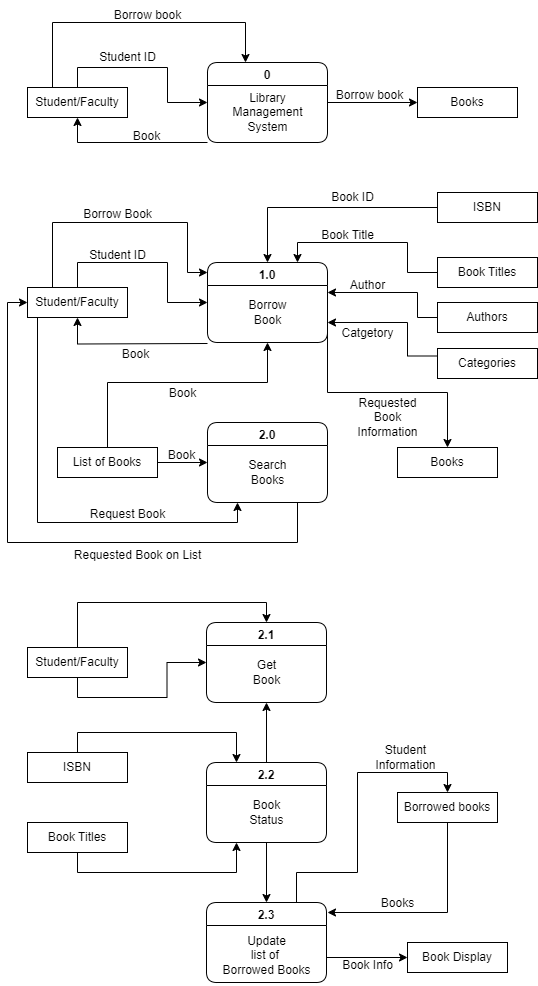
Earlier version of the draw.io export data_flow.drawio.png (Jayrou12345/Flowchart). Source tidied: cells renumbered, new cells last; positions are measured from the earlier drawing's top-left corner, leaving out a move shared by most shapes.
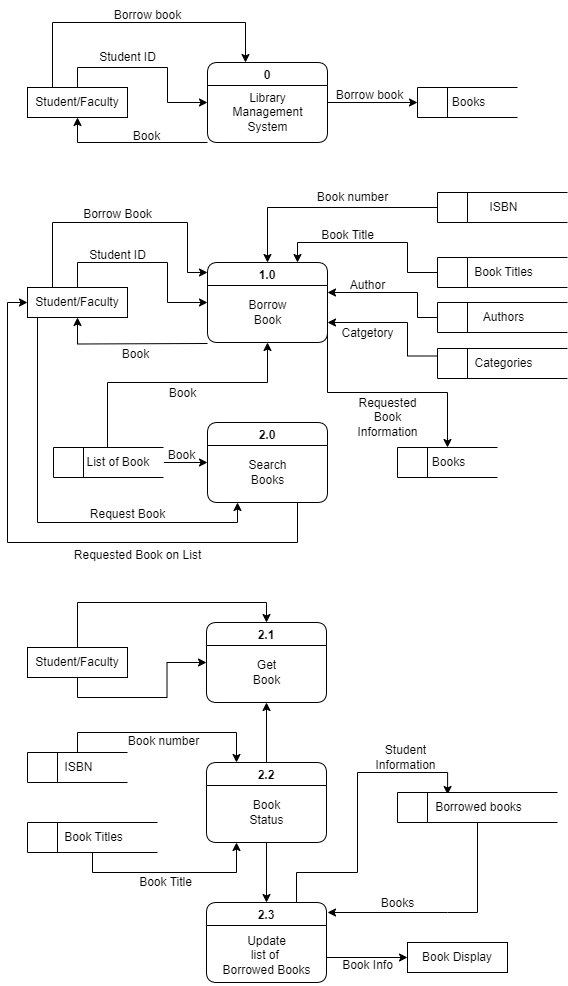
The same file after the commit.

What changed in the source:
```diff
@@ -33,7 +33,7 @@
     <mxCell id="8" value="Student/Faculty" style="html=1;dashed=0;whiteSpace=wrap;" parent="1" vertex="1">
       <mxGeometry x="20" y="87" width="100" height="30" as="geometry" />
     </mxCell>
-    <mxCell id="9" value="Books" style="html=1;dashed=0;whiteSpace=wrap;" parent="1" vertex="1">
+    <mxCell id="9" value="Books" style="html=1;dashed=0;whiteSpace=wrap;shape=mxgraph.dfd.dataStoreID;align=center;spacingLeft=3;points=[[0,0],[0.5,0],[1,0],[0,0.5],[1,0.5],[0,1],[0.5,1],[1,1]];" parent="1" vertex="1">
       <mxGeometry x="410" y="87" width="100" height="30" as="geometry" />
     </mxCell>
     <mxCell id="10" value="Student ID" style="text;html=1;align=center;verticalAlign=middle;strokeColor=none;fillColor=none;" parent="1" vertex="1">
@@ -101,8 +101,8 @@
     <mxCell id="22" style="edgeStyle=orthogonalEdgeStyle;rounded=0;jettySize=auto;html=1;exitX=0;exitY=0.5;exitDx=0;exitDy=0;entryX=0.5;entryY=0;entryDx=0;entryDy=0;" parent="1" edge="1" source="23" target="16">
       <mxGeometry relative="1" as="geometry" />
     </mxCell>
-    <mxCell id="23" value="ISBN" style="html=1;dashed=0;whiteSpace=wrap;" parent="1" vertex="1">
-      <mxGeometry x="430" y="192" width="100" height="30" as="geometry" />
+    <mxCell id="23" value="ISBN" style="html=1;dashed=0;whiteSpace=wrap;shape=mxgraph.dfd.dataStoreID;align=center;spacingLeft=3;points=[[0,0],[0.5,0],[1,0],[0,0.5],[1,0.5],[0,1],[0.5,1],[1,1]];" parent="1" vertex="1">
+      <mxGeometry x="430" y="192" width="130" height="30" as="geometry" />
     </mxCell>
     <mxCell id="24" style="edgeStyle=orthogonalEdgeStyle;rounded=0;jettySize=auto;html=1;exitX=0;exitY=0.5;exitDx=0;exitDy=0;entryX=0.75;entryY=0;entryDx=0;entryDy=0;" parent="1" edge="1" source="25" target="16">
       <mxGeometry relative="1" as="geometry">
@@ -113,8 +113,8 @@
         </Array>
       </mxGeometry>
     </mxCell>
-    <mxCell id="25" value="Book Titles" style="html=1;dashed=0;whiteSpace=wrap;" parent="1" vertex="1">
-      <mxGeometry x="430" y="257" width="100" height="30" as="geometry" />
+    <mxCell id="25" value="Book Titles" style="html=1;dashed=0;whiteSpace=wrap;shape=mxgraph.dfd.dataStoreID;align=center;spacingLeft=3;points=[[0,0],[0.5,0],[1,0],[0,0.5],[1,0.5],[0,1],[0.5,1],[1,1]];" parent="1" vertex="1">
+      <mxGeometry x="430" y="257" width="130" height="30" as="geometry" />
     </mxCell>
     <mxCell id="26" style="edgeStyle=orthogonalEdgeStyle;rounded=0;jettySize=auto;html=1;exitX=0;exitY=0.25;exitDx=0;exitDy=0;entryX=1;entryY=0.75;entryDx=0;entryDy=0;" parent="1" edge="1" source="27" target="16">
       <mxGeometry relative="1" as="geometry">
@@ -124,11 +124,11 @@
         </Array>
       </mxGeometry>
     </mxCell>
-    <mxCell id="27" value="Categories" style="html=1;dashed=0;whiteSpace=wrap;" parent="1" vertex="1">
-      <mxGeometry x="430" y="348" width="100" height="30" as="geometry" />
+    <mxCell id="27" value="Categories" style="html=1;dashed=0;whiteSpace=wrap;shape=mxgraph.dfd.dataStoreID;align=center;spacingLeft=3;points=[[0,0],[0.5,0],[1,0],[0,0.5],[1,0.5],[0,1],[0.5,1],[1,1]];" parent="1" vertex="1">
+      <mxGeometry x="430" y="348" width="130" height="30" as="geometry" />
     </mxCell>
-    <mxCell id="28" value="Book ID" style="text;html=1;align=center;verticalAlign=middle;strokeColor=none;fillColor=none;" parent="1" vertex="1">
-      <mxGeometry x="310" y="182" width="70" height="30" as="geometry" />
+    <mxCell id="28" value="Book number" style="text;html=1;align=center;verticalAlign=middle;strokeColor=none;fillColor=none;" parent="1" vertex="1">
+      <mxGeometry x="300" y="182" width="90" height="30" as="geometry" />
     </mxCell>
     <mxCell id="29" value="Book Title" style="text;html=1;align=center;verticalAlign=middle;strokeColor=none;fillColor=none;" parent="1" vertex="1">
       <mxGeometry x="300" y="220" width="80" height="30" as="geometry" />
@@ -168,10 +168,10 @@
         </Array>
       </mxGeometry>
     </mxCell>
-    <mxCell id="38" value="List of Books" style="html=1;dashed=0;whiteSpace=wrap;" parent="1" vertex="1">
-      <mxGeometry x="50" y="447" width="100" height="30" as="geometry" />
+    <mxCell id="38" value="&amp;nbsp; &amp;nbsp; &amp;nbsp;List of Book" style="html=1;dashed=0;whiteSpace=wrap;shape=mxgraph.dfd.dataStoreID;align=center;spacingLeft=3;points=[[0,0],[0.5,0],[1,0],[0,0.5],[1,0.5],[0,1],[0.5,1],[1,1]];" parent="1" vertex="1">
+      <mxGeometry x="46" y="447" width="110" height="30" as="geometry" />
     </mxCell>
-    <mxCell id="39" value="Books" style="html=1;dashed=0;whiteSpace=wrap;" parent="1" vertex="1">
+    <mxCell id="39" value="Books" style="html=1;dashed=0;whiteSpace=wrap;shape=mxgraph.dfd.dataStoreID;align=center;spacingLeft=3;points=[[0,0],[0.5,0],[1,0],[0,0.5],[1,0.5],[0,1],[0.5,1],[1,1]];" parent="1" vertex="1">
       <mxGeometry x="390" y="447" width="100" height="30" as="geometry" />
     </mxCell>
     <mxCell id="40" value="Request Book" style="text;html=1;align=center;verticalAlign=middle;strokeColor=none;fillColor=none;" parent="1" vertex="1">
@@ -199,8 +199,8 @@
         </Array>
       </mxGeometry>
     </mxCell>
-    <mxCell id="46" value="Authors" style="html=1;dashed=0;whiteSpace=wrap;" parent="1" vertex="1">
-      <mxGeometry x="430" y="302" width="100" height="30" as="geometry" />
+    <mxCell id="46" value="Authors" style="html=1;dashed=0;whiteSpace=wrap;shape=mxgraph.dfd.dataStoreID;align=center;spacingLeft=3;points=[[0,0],[0.5,0],[1,0],[0,0.5],[1,0.5],[0,1],[0.5,1],[1,1]];" parent="1" vertex="1">
+      <mxGeometry x="430" y="302" width="130" height="30" as="geometry" />
     </mxCell>
     <mxCell id="47" value="Author" style="text;html=1;align=center;verticalAlign=middle;strokeColor=none;fillColor=none;" parent="1" vertex="1">
       <mxGeometry x="330" y="270" width="60" height="30" as="geometry" />
@@ -214,7 +214,7 @@
     <mxCell id="50" value="Get&lt;br&gt;Book" style="text;html=1;align=center;verticalAlign=middle;strokeColor=none;fillColor=none;" parent="49" vertex="1">
       <mxGeometry x="35" y="30" width="50" height="40" as="geometry" />
     </mxCell>
-    <mxCell id="51" style="edgeStyle=orthogonalEdgeStyle;rounded=0;jettySize=auto;html=1;exitX=0.75;exitY=0;exitDx=0;exitDy=0;entryX=0.5;entryY=0;entryDx=0;entryDy=0;" parent="1" edge="1" source="53" target="63">
+    <mxCell id="51" style="edgeStyle=orthogonalEdgeStyle;rounded=0;jettySize=auto;html=1;exitX=0.75;exitY=0;exitDx=0;exitDy=0;entryX=0.313;entryY=0.067;entryDx=0;entryDy=0;entryPerimeter=0;" parent="1" edge="1" source="53" target="63">
       <mxGeometry relative="1" as="geometry">
         <Array as="points">
           <mxPoint x="289" y="872" />
@@ -249,13 +249,13 @@
     <mxCell id="58" style="edgeStyle=orthogonalEdgeStyle;rounded=0;jettySize=auto;html=1;exitX=0.5;exitY=1;exitDx=0;exitDy=0;entryX=0.25;entryY=1;entryDx=0;entryDy=0;" parent="1" edge="1" source="59" target="67">
       <mxGeometry relative="1" as="geometry" />
     </mxCell>
-    <mxCell id="59" value="Book Titles" style="html=1;dashed=0;whiteSpace=wrap;" parent="1" vertex="1">
-      <mxGeometry x="20" y="822" width="100" height="30" as="geometry" />
+    <mxCell id="59" value="Book Titles" style="html=1;dashed=0;whiteSpace=wrap;shape=mxgraph.dfd.dataStoreID;align=center;spacingLeft=3;points=[[0,0],[0.5,0],[1,0],[0,0.5],[1,0.5],[0,1],[0.5,1],[1,1]];" parent="1" vertex="1">
+      <mxGeometry x="20" y="822" width="130" height="30" as="geometry" />
     </mxCell>
     <mxCell id="60" style="edgeStyle=orthogonalEdgeStyle;rounded=0;jettySize=auto;html=1;exitX=0.5;exitY=0;exitDx=0;exitDy=0;entryX=0.25;entryY=0;entryDx=0;entryDy=0;" parent="1" edge="1" source="61" target="67">
       <mxGeometry relative="1" as="geometry" />
     </mxCell>
-    <mxCell id="61" value="ISBN" style="html=1;dashed=0;whiteSpace=wrap;" parent="1" vertex="1">
+    <mxCell id="61" value="ISBN" style="html=1;dashed=0;whiteSpace=wrap;shape=mxgraph.dfd.dataStoreID;align=center;spacingLeft=3;points=[[0,0],[0.5,0],[1,0],[0,0.5],[1,0.5],[0,1],[0.5,1],[1,1]];" parent="1" vertex="1">
       <mxGeometry x="20" y="752" width="100" height="30" as="geometry" />
     </mxCell>
     <mxCell id="62" style="edgeStyle=orthogonalEdgeStyle;rounded=0;jettySize=auto;html=1;exitX=0.5;exitY=1;exitDx=0;exitDy=0;" parent="1" edge="1" source="63">
@@ -267,8 +267,8 @@
         </Array>
       </mxGeometry>
     </mxCell>
-    <mxCell id="63" value="Borrowed books" style="html=1;dashed=0;whiteSpace=wrap;" parent="1" vertex="1">
-      <mxGeometry x="390" y="792" width="100" height="30" as="geometry" />
+    <mxCell id="63" value="Borrowed books" style="html=1;dashed=0;whiteSpace=wrap;shape=mxgraph.dfd.dataStoreID;align=center;spacingLeft=3;points=[[0,0],[0.5,0],[1,0],[0,0.5],[1,0.5],[0,1],[0.5,1],[1,1]];" parent="1" vertex="1">
+      <mxGeometry x="390" y="792" width="160" height="30" as="geometry" />
     </mxCell>
     <mxCell id="64" value="Book Display" style="html=1;dashed=0;whiteSpace=wrap;" parent="1" vertex="1">
       <mxGeometry x="400" y="942" width="100" height="30" as="geometry" />
@@ -294,5 +294,11 @@
     <mxCell id="71" value="Book Info" style="text;html=1;align=center;verticalAlign=middle;strokeColor=none;fillColor=none;" parent="1" vertex="1">
       <mxGeometry x="325" y="950" width="70" height="30" as="geometry" />
     </mxCell>
+    <mxCell id="72" value="Book number" style="text;html=1;align=center;verticalAlign=middle;strokeColor=none;fillColor=none;" parent="1" vertex="1">
+      <mxGeometry x="111" y="726" width="90" height="30" as="geometry" />
+    </mxCell>
+    <mxCell id="73" value="Book Title" style="text;html=1;align=center;verticalAlign=middle;strokeColor=none;fillColor=none;" parent="1" vertex="1">
+      <mxGeometry x="118" y="867" width="80" height="30" as="geometry" />
+    </mxCell>
   </root>
 </mxGraphModel>
```
